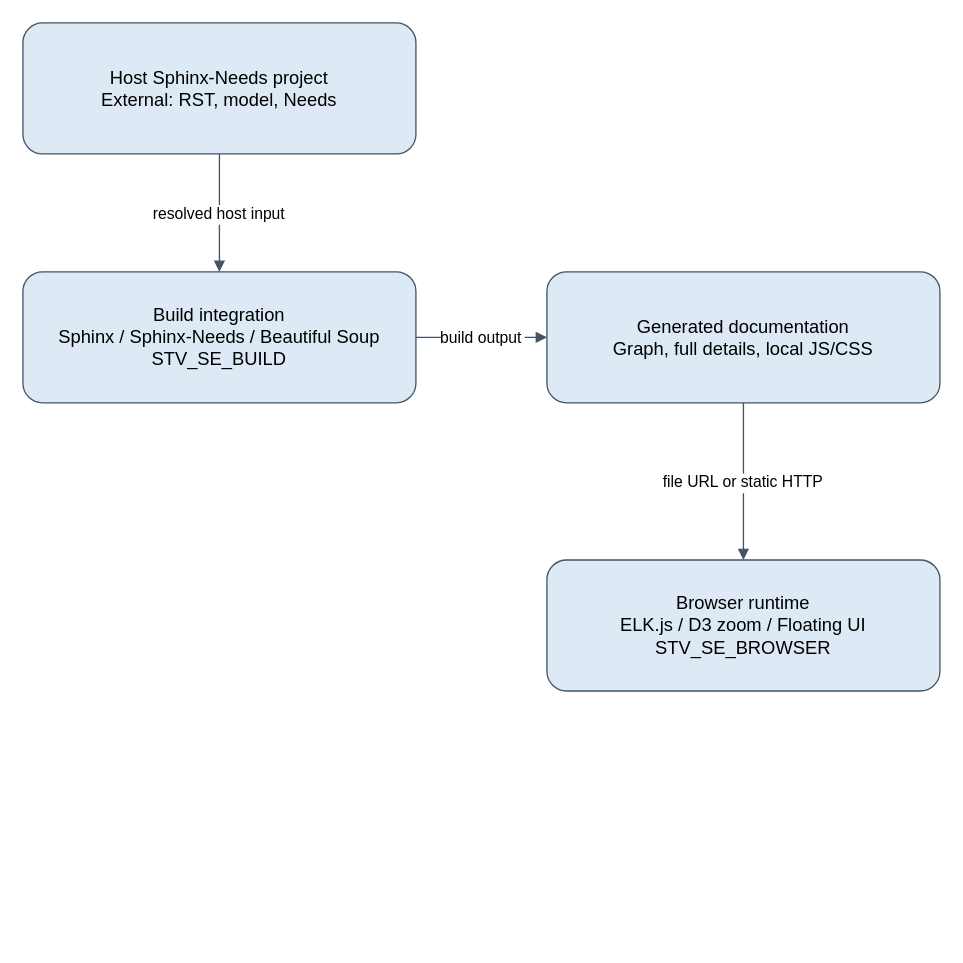
Before: docs/architecture/diagrams/system-architecture.drawio in sysblacksmith/STV_sphinx-traceability-view, a draw.io diagram. Source tidied: cells renumbered, new cells numbered last; positions are measured from the earlier drawing's top-left corner, leaving out a move shared by most shapes. Both pictures are drawn from the tidied source at 131%, with x=0, y=0 at pixel (22, 22).
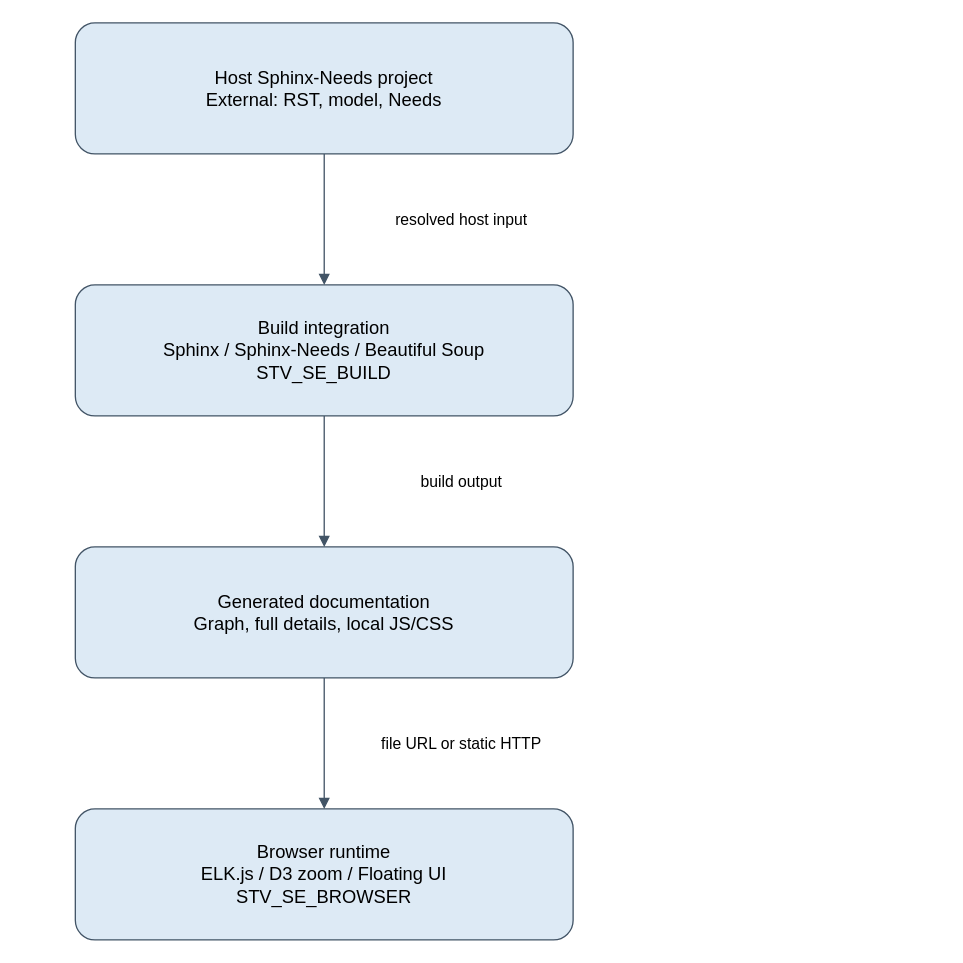
Above is the later version.

The edit, as a diff of the source:
```diff
@@
 <mxGraphModel>
   <root>
     <mxCell id="0" />
     <mxCell id="1" parent="0" />
     <mxCell id="2" value="Host Sphinx-Needs project&#10;External: RST, model, Needs" style="rounded=1;whiteSpace=wrap;html=0;fillColor=#ddeaf5;strokeColor=#425466;fontSize=14;spacing=12;" parent="1" vertex="1">
-      <mxGeometry width="300" height="100" as="geometry" />
+      <mxGeometry x="40" width="380" height="100" as="geometry" />
     </mxCell>
     <mxCell id="3" value="Build integration&#10;Sphinx / Sphinx-Needs / Beautiful Soup&#10;STV_SE_BUILD" style="rounded=1;whiteSpace=wrap;html=0;fillColor=#ddeaf5;strokeColor=#425466;fontSize=14;spacing=12;" parent="1" vertex="1">
-      <mxGeometry y="190" width="300" height="100" as="geometry" />
+      <mxGeometry x="40" y="200" width="380" height="100" as="geometry" />
     </mxCell>
     <mxCell id="4" value="Generated documentation&#10;Graph, full details, local JS/CSS" style="rounded=1;whiteSpace=wrap;html=0;fillColor=#ddeaf5;strokeColor=#425466;fontSize=14;spacing=12;" parent="1" vertex="1">
-      <mxGeometry x="400" y="190" width="300" height="100" as="geometry" />
+      <mxGeometry x="40" y="400" width="380" height="100" as="geometry" />
     </mxCell>
     <mxCell id="5" value="Browser runtime&#10;ELK.js / D3 zoom / Floating UI&#10;STV_SE_BROWSER" style="rounded=1;whiteSpace=wrap;html=0;fillColor=#ddeaf5;strokeColor=#425466;fontSize=14;spacing=12;" parent="1" vertex="1">
-      <mxGeometry x="400" y="410" width="300" height="100" as="geometry" />
+      <mxGeometry x="40" y="600" width="380" height="100" as="geometry" />
     </mxCell>
-    <mxCell id="6" value="resolved host input" style="edgeStyle=orthogonalEdgeStyle;rounded=0;html=0;endArrow=block;strokeColor=#425466;fontSize=12;labelBackgroundColor=#ffffff;" parent="1" edge="1" source="2" target="3">
-      <mxGeometry relative="1" as="geometry" />
+    <mxCell id="6" value="resolved host input" style="edgeStyle=none;rounded=0;html=0;endArrow=block;endFill=1;strokeColor=#425466;fontSize=12;labelBackgroundColor=#ffffff;exitX=0.5;exitY=1;exitPerimeter=0;entryX=0.5;entryY=0;entryPerimeter=0;" parent="1" edge="1" source="2" target="3">
+      <mxGeometry relative="1" as="geometry">
+        <mxPoint x="105" as="offset" />
+      </mxGeometry>
     </mxCell>
-    <mxCell id="7" value="build output" style="edgeStyle=orthogonalEdgeStyle;rounded=0;html=0;endArrow=block;strokeColor=#425466;fontSize=12;labelBackgroundColor=#ffffff;" parent="1" edge="1" source="3" target="4">
-      <mxGeometry relative="1" as="geometry" />
+    <mxCell id="7" value="build output" style="edgeStyle=none;rounded=0;html=0;endArrow=block;endFill=1;strokeColor=#425466;fontSize=12;labelBackgroundColor=#ffffff;exitX=0.5;exitY=1;exitPerimeter=0;entryX=0.5;entryY=0;entryPerimeter=0;" parent="1" edge="1" source="3" target="4">
+      <mxGeometry relative="1" as="geometry">
+        <mxPoint x="105" as="offset" />
+      </mxGeometry>
     </mxCell>
-    <mxCell id="8" value="file URL or static HTTP" style="edgeStyle=orthogonalEdgeStyle;rounded=0;html=0;endArrow=block;strokeColor=#425466;fontSize=12;labelBackgroundColor=#ffffff;" parent="1" edge="1" source="4" target="5">
-      <mxGeometry relative="1" as="geometry" />
+    <mxCell id="8" value="file URL or static HTTP" style="edgeStyle=none;rounded=0;html=0;endArrow=block;endFill=1;strokeColor=#425466;fontSize=12;labelBackgroundColor=#ffffff;exitX=0.5;exitY=1;exitPerimeter=0;entryX=0.5;entryY=0;entryPerimeter=0;" parent="1" edge="1" source="4" target="5">
+      <mxGeometry relative="1" as="geometry">
+        <mxPoint x="105" as="offset" />
+      </mxGeometry>
     </mxCell>
   </root>
 </mxGraphModel>
```
